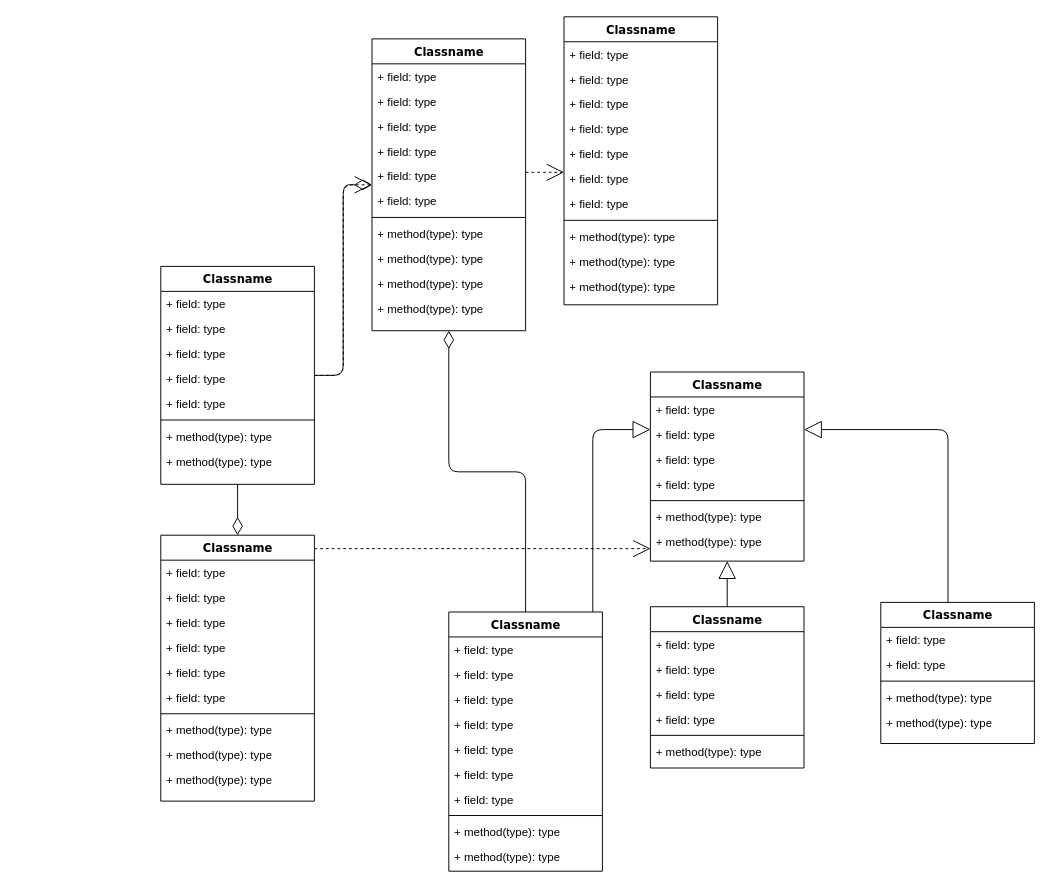
This is nasaProFlow.drawio from NRG1ZE/nasaPro, a draw.io file, before an edit. Source tidied: cells renumbered, new cells numbered last; positions are measured from the earlier drawing's top-left corner, leaving out a move shared by most shapes. Both pictures are drawn from the tidied source at 96%, with x=0, y=0 at pixel (160, 16).
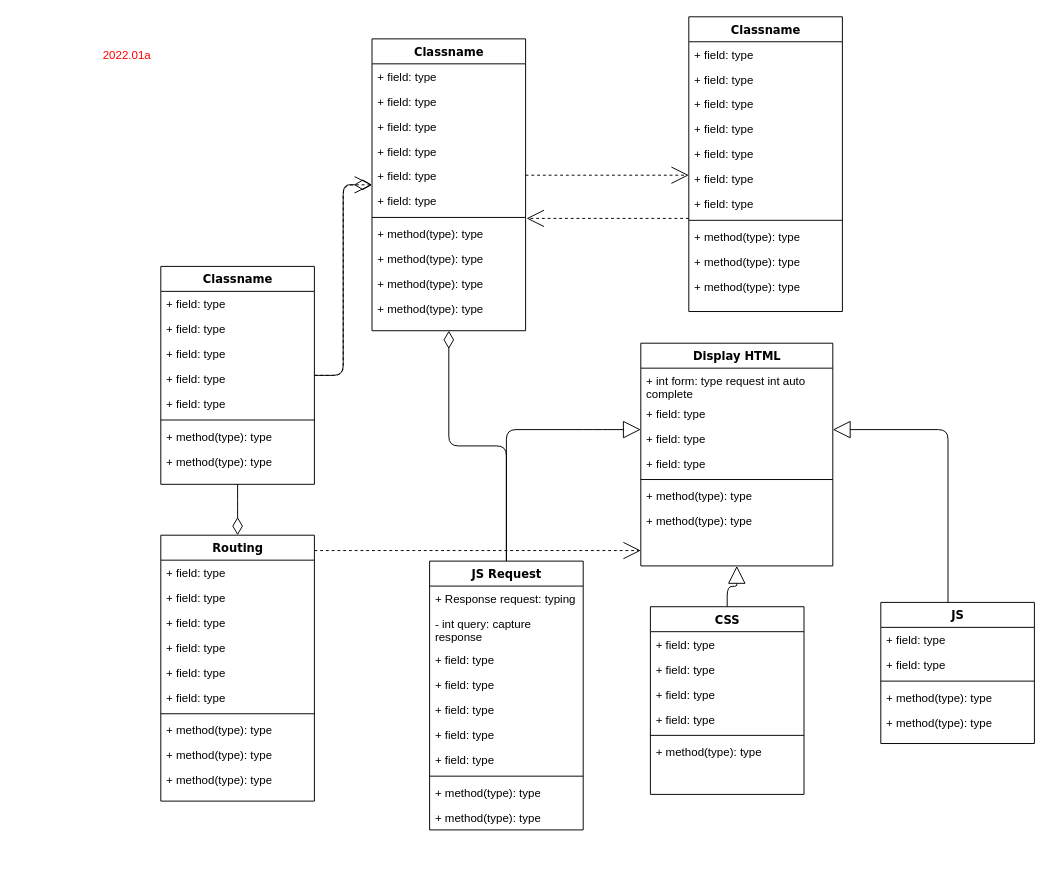
After the change.

What changed in the source:
```diff
@@
-    <mxCell id="14" value="Classname" style="swimlane;html=1;fontStyle=1;align=center;verticalAlign=top;horizontal=1;startSize=26;swimlaneFillColor=#ffffff;rounded=0;shadow=0;comic=0;labelBackgroundColor=none;strokeWidth=1;fillColor=none;fontFamily=Verdana;fontSize=12;" parent="1" vertex="1">
+    <mxCell id="14" value="Routing" style="swimlane;html=1;fontStyle=1;align=center;verticalAlign=top;horizontal=1;startSize=26;swimlaneFillColor=#ffffff;rounded=0;shadow=0;comic=0;labelBackgroundColor=none;strokeWidth=1;fillColor=none;fontFamily=Verdana;fontSize=12;" parent="1" vertex="1">
       <mxGeometry y="540" width="160" height="277" as="geometry" />
     </mxCell>
@@
-    <mxCell id="25" value="Classname" style="swimlane;html=1;fontStyle=1;align=center;verticalAlign=top;horizontal=1;startSize=26;swimlaneFillColor=#ffffff;rounded=0;shadow=0;comic=0;labelBackgroundColor=none;strokeWidth=1;fillColor=none;fontFamily=Verdana;fontSize=12;" parent="1" vertex="1">
-      <mxGeometry x="510" y="370" width="160" height="197" as="geometry" />
+    <mxCell id="25" value="Display HTML" style="swimlane;html=1;fontStyle=1;align=center;verticalAlign=top;horizontal=1;startSize=26;swimlaneFillColor=#ffffff;rounded=0;shadow=0;comic=0;labelBackgroundColor=none;strokeWidth=1;fillColor=none;fontFamily=Verdana;fontSize=12;" parent="1" vertex="1">
+      <mxGeometry x="500" y="340" width="200" height="232" as="geometry" />
     </mxCell>
-    <mxCell id="26" value="+ field: type" style="text;html=1;strokeColor=none;fillColor=none;align=left;verticalAlign=top;spacingLeft=4;spacingRight=4;whiteSpace=wrap;overflow=hidden;" parent="25" vertex="1">
-      <mxGeometry y="26" width="160" height="26" as="geometry" />
-    </mxCell>
+    <mxCell id="87" value="+ int form: type request int auto complete" style="text;html=1;strokeColor=none;fillColor=none;align=left;verticalAlign=top;spacingLeft=4;spacingRight=4;whiteSpace=wrap;overflow=hidden;" parent="25" vertex="1">
+      <mxGeometry y="26" width="200" height="34" as="geometry" />
+    </mxCell>
     <mxCell id="27" value="+ field: type" style="text;html=1;strokeColor=none;fillColor=none;align=left;verticalAlign=top;spacingLeft=4;spacingRight=4;whiteSpace=wrap;overflow=hidden;" parent="25" vertex="1">
-      <mxGeometry y="52" width="160" height="26" as="geometry" />
+      <mxGeometry y="60" width="200" height="26" as="geometry" />
     </mxCell>
     <mxCell id="28" value="+ field: type" style="text;html=1;strokeColor=none;fillColor=none;align=left;verticalAlign=top;spacingLeft=4;spacingRight=4;whiteSpace=wrap;overflow=hidden;" parent="25" vertex="1">
-      <mxGeometry y="78" width="160" height="26" as="geometry" />
+      <mxGeometry y="86" width="200" height="26" as="geometry" />
     </mxCell>
     <mxCell id="29" value="+ field: type" style="text;html=1;strokeColor=none;fillColor=none;align=left;verticalAlign=top;spacingLeft=4;spacingRight=4;whiteSpace=wrap;overflow=hidden;" parent="25" vertex="1">
-      <mxGeometry y="104" width="160" height="26" as="geometry" />
+      <mxGeometry y="112" width="200" height="26" as="geometry" />
     </mxCell>
     <mxCell id="30" style="line;html=1;strokeWidth=1;fillColor=none;align=left;verticalAlign=middle;spacingTop=-1;spacingLeft=3;spacingRight=3;labelPosition=right;" parent="25" vertex="1">
-      <mxGeometry y="130" width="160" height="8" as="geometry" />
+      <mxGeometry y="138" width="200" height="8" as="geometry" />
     </mxCell>
     <mxCell id="31" value="+ method(type): type" style="text;html=1;strokeColor=none;fillColor=none;align=left;verticalAlign=top;spacingLeft=4;spacingRight=4;whiteSpace=wrap;overflow=hidden;" parent="25" vertex="1">
-      <mxGeometry y="138" width="160" height="26" as="geometry" />
+      <mxGeometry y="146" width="200" height="26" as="geometry" />
     </mxCell>
     <mxCell id="32" value="+ method(type): type" style="text;html=1;strokeColor=none;fillColor=none;align=left;verticalAlign=top;spacingLeft=4;spacingRight=4;whiteSpace=wrap;overflow=hidden;" parent="25" vertex="1">
-      <mxGeometry y="164" width="160" height="26" as="geometry" />
+      <mxGeometry y="172" width="200" height="26" as="geometry" />
     </mxCell>
@@
     <mxCell id="34" value="Classname" style="swimlane;html=1;fontStyle=1;align=center;verticalAlign=top;horizontal=1;startSize=26;swimlaneFillColor=#ffffff;rounded=0;shadow=0;comic=0;labelBackgroundColor=none;strokeWidth=1;fillColor=none;fontFamily=Verdana;fontSize=12;" parent="1" vertex="1">
-      <mxGeometry x="420" width="160" height="300" as="geometry" />
+      <mxGeometry x="550" width="160" height="307" as="geometry" />
     </mxCell>
@@
-    <mxCell id="60" value="Classname" style="swimlane;html=1;fontStyle=1;align=center;verticalAlign=top;horizontal=1;startSize=26;swimlaneFillColor=#ffffff;rounded=0;shadow=0;comic=0;labelBackgroundColor=none;strokeWidth=1;fillColor=none;fontFamily=Verdana;fontSize=12;" parent="1" vertex="1">
-      <mxGeometry x="300" y="620" width="160" height="270" as="geometry" />
+    <mxCell id="60" value="JS Request" style="swimlane;html=1;fontStyle=1;align=center;verticalAlign=top;horizontal=1;startSize=26;swimlaneFillColor=#ffffff;rounded=0;shadow=0;comic=0;labelBackgroundColor=none;strokeWidth=1;fillColor=none;fontFamily=Verdana;fontSize=12;" parent="1" vertex="1">
+      <mxGeometry x="280" y="567" width="160" height="280" as="geometry" />
     </mxCell>
-    <mxCell id="61" value="+ field: type" style="text;html=1;strokeColor=none;fillColor=none;align=left;verticalAlign=top;spacingLeft=4;spacingRight=4;whiteSpace=wrap;overflow=hidden;" parent="60" vertex="1">
+    <mxCell id="61" value="+ Response request: typing" style="text;html=1;strokeColor=none;fillColor=none;align=left;verticalAlign=top;spacingLeft=4;spacingRight=4;whiteSpace=wrap;overflow=hidden;" parent="60" vertex="1">
       <mxGeometry y="26" width="160" height="26" as="geometry" />
     </mxCell>
-    <mxCell id="62" value="+ field: type" style="text;html=1;strokeColor=none;fillColor=none;align=left;verticalAlign=top;spacingLeft=4;spacingRight=4;whiteSpace=wrap;overflow=hidden;" parent="60" vertex="1">
-      <mxGeometry y="52" width="160" height="26" as="geometry" />
+    <mxCell id="62" value="- int query: capture response" style="text;html=1;strokeColor=none;fillColor=none;align=left;verticalAlign=top;spacingLeft=4;spacingRight=4;whiteSpace=wrap;overflow=hidden;" parent="60" vertex="1">
+      <mxGeometry y="52" width="160" height="38" as="geometry" />
     </mxCell>
     <mxCell id="63" value="+ field: type" style="text;html=1;strokeColor=none;fillColor=none;align=left;verticalAlign=top;spacingLeft=4;spacingRight=4;whiteSpace=wrap;overflow=hidden;" parent="60" vertex="1">
-      <mxGeometry y="78" width="160" height="26" as="geometry" />
+      <mxGeometry y="90" width="160" height="26" as="geometry" />
     </mxCell>
     <mxCell id="64" value="+ field: type" style="text;html=1;strokeColor=none;fillColor=none;align=left;verticalAlign=top;spacingLeft=4;spacingRight=4;whiteSpace=wrap;overflow=hidden;" parent="60" vertex="1">
-      <mxGeometry y="104" width="160" height="26" as="geometry" />
+      <mxGeometry y="116" width="160" height="26" as="geometry" />
     </mxCell>
     <mxCell id="65" value="+ field: type" style="text;html=1;strokeColor=none;fillColor=none;align=left;verticalAlign=top;spacingLeft=4;spacingRight=4;whiteSpace=wrap;overflow=hidden;" parent="60" vertex="1">
-      <mxGeometry y="130" width="160" height="26" as="geometry" />
+      <mxGeometry y="142" width="160" height="26" as="geometry" />
     </mxCell>
     <mxCell id="66" value="+ field: type" style="text;html=1;strokeColor=none;fillColor=none;align=left;verticalAlign=top;spacingLeft=4;spacingRight=4;whiteSpace=wrap;overflow=hidden;" parent="60" vertex="1">
-      <mxGeometry y="156" width="160" height="26" as="geometry" />
+      <mxGeometry y="168" width="160" height="26" as="geometry" />
     </mxCell>
     <mxCell id="67" value="+ field: type" style="text;html=1;strokeColor=none;fillColor=none;align=left;verticalAlign=top;spacingLeft=4;spacingRight=4;whiteSpace=wrap;overflow=hidden;" parent="60" vertex="1">
-      <mxGeometry y="182" width="160" height="26" as="geometry" />
+      <mxGeometry y="194" width="160" height="26" as="geometry" />
     </mxCell>
     <mxCell id="68" style="line;html=1;strokeWidth=1;fillColor=none;align=left;verticalAlign=middle;spacingTop=-1;spacingLeft=3;spacingRight=3;labelPosition=right;" parent="60" vertex="1">
-      <mxGeometry y="208" width="160" height="8" as="geometry" />
+      <mxGeometry y="220" width="160" height="8" as="geometry" />
     </mxCell>
     <mxCell id="69" value="+ method(type): type" style="text;html=1;strokeColor=none;fillColor=none;align=left;verticalAlign=top;spacingLeft=4;spacingRight=4;whiteSpace=wrap;overflow=hidden;" parent="60" vertex="1">
-      <mxGeometry y="216" width="160" height="26" as="geometry" />
+      <mxGeometry y="228" width="160" height="26" as="geometry" />
     </mxCell>
     <mxCell id="70" value="+ method(type): type" style="text;html=1;strokeColor=none;fillColor=none;align=left;verticalAlign=top;spacingLeft=4;spacingRight=4;whiteSpace=wrap;overflow=hidden;" parent="60" vertex="1">
-      <mxGeometry y="242" width="160" height="26" as="geometry" />
+      <mxGeometry y="254" width="160" height="26" as="geometry" />
     </mxCell>
@@
-    <mxCell id="72" value="Classname" style="swimlane;html=1;fontStyle=1;align=center;verticalAlign=top;horizontal=1;startSize=26;swimlaneFillColor=#ffffff;rounded=0;shadow=0;comic=0;labelBackgroundColor=none;strokeWidth=1;fillColor=none;fontFamily=Verdana;fontSize=12;" parent="1" vertex="1">
-      <mxGeometry x="510" y="614.5" width="160" height="168" as="geometry" />
+    <mxCell id="72" value="CSS" style="swimlane;html=1;fontStyle=1;align=center;verticalAlign=top;horizontal=1;startSize=26;swimlaneFillColor=#ffffff;rounded=0;shadow=0;comic=0;labelBackgroundColor=none;strokeWidth=1;fillColor=none;fontFamily=Verdana;fontSize=12;" parent="1" vertex="1">
+      <mxGeometry x="510" y="614.5" width="160" height="195.5" as="geometry" />
     </mxCell>
@@
-    <mxCell id="80" value="Classname" style="swimlane;html=1;fontStyle=1;align=center;verticalAlign=top;horizontal=1;startSize=26;swimlaneFillColor=#ffffff;rounded=0;shadow=0;comic=0;labelBackgroundColor=none;strokeWidth=1;fillColor=none;fontFamily=Verdana;fontSize=12;" parent="1" vertex="1">
+    <mxCell id="80" value="JS" style="swimlane;html=1;fontStyle=1;align=center;verticalAlign=top;horizontal=1;startSize=26;swimlaneFillColor=#ffffff;rounded=0;shadow=0;comic=0;labelBackgroundColor=none;strokeWidth=1;fillColor=none;fontFamily=Verdana;fontSize=12;" parent="1" vertex="1">
       <mxGeometry x="750" y="610" width="160" height="147" as="geometry" />
     </mxCell>
@@
+    <mxCell id="88" style="edgeStyle=elbowEdgeStyle;html=1;labelBackgroundColor=none;startFill=0;startSize=8;endArrow=open;endFill=0;endSize=16;fontFamily=Verdana;fontSize=12;elbow=vertical;dashed=1;" parent="1" edge="1">
+      <mxGeometry relative="1" as="geometry">
+        <mxPoint x="550" y="210" as="sourcePoint" />
+        <mxPoint x="381" y="210" as="targetPoint" />
+        <Array as="points">
+          <mxPoint x="480" y="210" />
+        </Array>
+      </mxGeometry>
+    </mxCell>
+    <mxCell id="89" value="&lt;font color=&quot;#ff0000&quot;&gt;2022.01a&lt;/font&gt;" style="rounded=0;whiteSpace=wrap;html=1;strokeColor=#FFFFFF;fillColor=none;gradientColor=#ffffff;" parent="1" vertex="1">
+      <mxGeometry x="-150" y="20" width="230" height="40" as="geometry" />
+    </mxCell>
```
